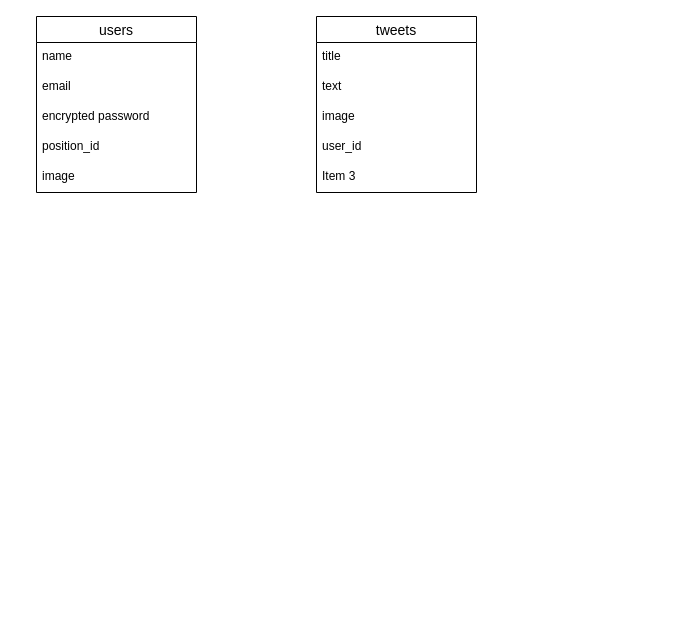
Before: mediboardER.dio in IshigeU/mediboard, a draw.io diagram. Source tidied: cells renumbered, new cells numbered last; positions are measured from the earlier drawing's top-left corner, leaving out a move shared by most shapes. Both pictures are drawn from the tidied source at 100%, with x=0, y=0 at pixel (36, 16).
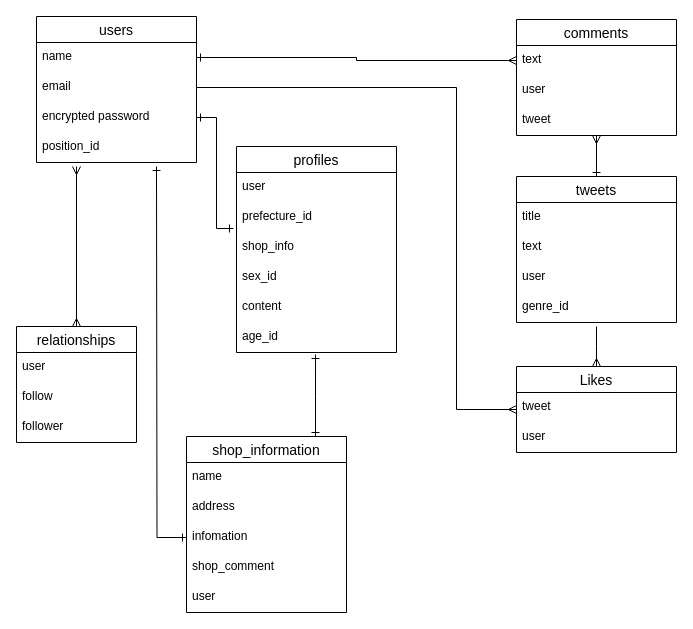
The same diagram, later.

Commit message (it also covers changes not shown here):
ER図およびREADEME作成

The change refers to these unchanged cells:
```xml
<mxCell id="3" value="name" style="text;strokeColor=none;fillColor=none;spacingLeft=4;spacingRight=4;overflow=hidden;points=[[0,0.5],[1,0.5]];portConstraint=eastwest;fontSize=12;" parent="2" vertex="1">
  <mxGeometry y="26" width="160" height="30" as="geometry" />
</mxCell>
<mxCell id="4" value="email" style="text;strokeColor=none;fillColor=none;spacingLeft=4;spacingRight=4;overflow=hidden;points=[[0,0.5],[1,0.5]];portConstraint=eastwest;fontSize=12;" parent="2" vertex="1">
  <mxGeometry y="56" width="160" height="30" as="geometry" />
</mxCell>
<mxCell id="5" value="encrypted password" style="text;strokeColor=none;fillColor=none;spacingLeft=4;spacingRight=4;overflow=hidden;points=[[0,0.5],[1,0.5]];portConstraint=eastwest;fontSize=12;" parent="2" vertex="1">
  <mxGeometry y="86" width="160" height="30" as="geometry" />
</mxCell>
```

Diff of the diagram source:
```diff
@@
     <mxCell id="2" value="users" style="swimlane;fontStyle=0;horizontal=1;startSize=26;align=center;fontSize=14;" parent="1" vertex="1">
-      <mxGeometry width="160" height="176" as="geometry" />
+      <mxGeometry width="160" height="146" as="geometry" />
     </mxCell>
@@
-    <mxCell id="7" value="image" style="text;strokeColor=none;fillColor=none;spacingLeft=4;spacingRight=4;overflow=hidden;fontSize=12;" parent="2" vertex="1">
-      <mxGeometry y="146" width="160" height="30" as="geometry" />
-    </mxCell>
     <mxCell id="8" value="tweets" style="swimlane;fontStyle=0;horizontal=1;startSize=26;align=center;fontSize=14;" parent="1" vertex="1">
-      <mxGeometry x="280" width="160" height="176" as="geometry" />
+      <mxGeometry x="480" y="160" width="160" height="146" as="geometry" />
     </mxCell>
@@
-    <mxCell id="11" value="image" style="text;strokeColor=none;fillColor=none;spacingLeft=4;spacingRight=4;overflow=hidden;fontSize=12;" parent="8" vertex="1">
-      <mxGeometry y="86" width="160" height="30" as="geometry" />
-    </mxCell>
-    <mxCell id="12" value="user_id" style="text;strokeColor=none;fillColor=none;spacingLeft=4;spacingRight=4;overflow=hidden;fontSize=12;" parent="8" vertex="1">
-      <mxGeometry y="116" width="160" height="30" as="geometry" />
+    <mxCell id="12" value="user" style="text;strokeColor=none;fillColor=none;spacingLeft=4;spacingRight=4;overflow=hidden;fontSize=12;" parent="8" vertex="1">
+      <mxGeometry y="86" width="160" height="30" as="geometry" />
     </mxCell>
-    <mxCell id="13" value="Item 3" style="text;strokeColor=none;fillColor=none;spacingLeft=4;spacingRight=4;overflow=hidden;fontSize=12;" parent="8" vertex="1">
-      <mxGeometry y="146" width="160" height="30" as="geometry" />
-    </mxCell>
+    <mxCell id="14" value="genre_id" style="text;strokeColor=none;fillColor=none;spacingLeft=4;spacingRight=4;overflow=hidden;fontSize=12;" parent="8" vertex="1">
+      <mxGeometry y="116" width="160" height="30" as="geometry" />
+    </mxCell>
+    <mxCell id="15" style="edgeStyle=orthogonalEdgeStyle;rounded=0;jettySize=auto;html=1;startArrow=ERmany;startFill=0;endArrow=ERmany;endFill=0;" parent="1" edge="1" source="16">
+      <mxGeometry relative="1" as="geometry">
+        <mxPoint x="40" y="150" as="targetPoint" />
+      </mxGeometry>
+    </mxCell>
+    <mxCell id="16" value="relationships" style="swimlane;fontStyle=0;horizontal=1;startSize=26;align=center;fontSize=14;" parent="1" vertex="1">
+      <mxGeometry x="-20" y="310" width="120" height="116" as="geometry" />
+    </mxCell>
+    <mxCell id="17" value="user" style="text;strokeColor=none;fillColor=none;spacingLeft=4;spacingRight=4;overflow=hidden;fontSize=12;" parent="16" vertex="1">
+      <mxGeometry y="26" width="120" height="30" as="geometry" />
+    </mxCell>
+    <mxCell id="18" value="follow" style="text;strokeColor=none;fillColor=none;spacingLeft=4;spacingRight=4;overflow=hidden;fontSize=12;" parent="16" vertex="1">
+      <mxGeometry y="56" width="120" height="30" as="geometry" />
+    </mxCell>
+    <mxCell id="19" value="follower" style="text;strokeColor=none;fillColor=none;spacingLeft=4;spacingRight=4;overflow=hidden;fontSize=12;" parent="16" vertex="1">
+      <mxGeometry y="86" width="120" height="30" as="geometry" />
+    </mxCell>
+    <mxCell id="20" value="profiles" style="swimlane;fontStyle=0;horizontal=1;startSize=26;align=center;fontSize=14;" parent="1" vertex="1">
+      <mxGeometry x="200" y="130" width="160" height="206" as="geometry" />
+    </mxCell>
+    <mxCell id="21" value="user" style="text;strokeColor=none;fillColor=none;spacingLeft=4;spacingRight=4;overflow=hidden;fontSize=12;" parent="20" vertex="1">
+      <mxGeometry y="26" width="160" height="30" as="geometry" />
+    </mxCell>
+    <mxCell id="22" value="prefecture_id" style="text;strokeColor=none;fillColor=none;spacingLeft=4;spacingRight=4;overflow=hidden;points=[[0,0.5],[1,0.5]];portConstraint=eastwest;fontSize=12;" parent="20" vertex="1">
+      <mxGeometry y="56" width="160" height="30" as="geometry" />
+    </mxCell>
+    <mxCell id="23" value="shop_info" style="text;strokeColor=none;fillColor=none;spacingLeft=4;spacingRight=4;overflow=hidden;fontSize=12;" parent="20" vertex="1">
+      <mxGeometry y="86" width="160" height="30" as="geometry" />
+    </mxCell>
+    <mxCell id="24" value="sex_id" style="text;strokeColor=none;fillColor=none;spacingLeft=4;spacingRight=4;overflow=hidden;fontSize=12;" parent="20" vertex="1">
+      <mxGeometry y="116" width="160" height="30" as="geometry" />
+    </mxCell>
+    <mxCell id="25" value="content" style="text;strokeColor=none;fillColor=none;spacingLeft=4;spacingRight=4;overflow=hidden;fontSize=12;" parent="20" vertex="1">
+      <mxGeometry y="146" width="160" height="30" as="geometry" />
+    </mxCell>
+    <mxCell id="26" value="age_id" style="text;strokeColor=none;fillColor=none;spacingLeft=4;spacingRight=4;overflow=hidden;points=[[0,0.5],[1,0.5]];portConstraint=eastwest;fontSize=12;" parent="20" vertex="1">
+      <mxGeometry y="176" width="160" height="30" as="geometry" />
+    </mxCell>
+    <mxCell id="27" style="edgeStyle=orthogonalEdgeStyle;rounded=0;jettySize=auto;html=1;startArrow=ERmany;startFill=0;endArrow=ERone;endFill=0;" parent="1" edge="1" source="28" target="8">
+      <mxGeometry relative="1" as="geometry" />
+    </mxCell>
+    <mxCell id="28" value="comments" style="swimlane;fontStyle=0;horizontal=1;startSize=26;align=center;fontSize=14;" parent="1" vertex="1">
+      <mxGeometry x="480" y="3" width="160" height="116" as="geometry" />
+    </mxCell>
+    <mxCell id="29" value="text" style="text;strokeColor=none;fillColor=none;spacingLeft=4;spacingRight=4;overflow=hidden;points=[[0,0.5],[1,0.5]];portConstraint=eastwest;fontSize=12;" parent="28" vertex="1">
+      <mxGeometry y="26" width="160" height="30" as="geometry" />
+    </mxCell>
+    <mxCell id="30" value="user" style="text;strokeColor=none;fillColor=none;spacingLeft=4;spacingRight=4;overflow=hidden;fontSize=12;" parent="28" vertex="1">
+      <mxGeometry y="56" width="160" height="30" as="geometry" />
+    </mxCell>
+    <mxCell id="31" value="tweet" style="text;strokeColor=none;fillColor=none;spacingLeft=4;spacingRight=4;overflow=hidden;fontSize=12;" parent="28" vertex="1">
+      <mxGeometry y="86" width="160" height="30" as="geometry" />
+    </mxCell>
+    <mxCell id="32" style="edgeStyle=orthogonalEdgeStyle;rounded=0;jettySize=auto;html=1;startArrow=ERmany;startFill=0;endArrow=none;endFill=0;" parent="1" edge="1" source="34">
+      <mxGeometry relative="1" as="geometry">
+        <mxPoint x="560" y="310" as="targetPoint" />
+      </mxGeometry>
+    </mxCell>
+    <mxCell id="33" style="edgeStyle=orthogonalEdgeStyle;rounded=0;jettySize=auto;html=1;entryX=1;entryY=0.5;entryDx=0;entryDy=0;startArrow=ERmany;startFill=0;endArrow=none;endFill=0;" parent="1" edge="1" source="34" target="4">
+      <mxGeometry relative="1" as="geometry">
+        <Array as="points">
+          <mxPoint x="420" y="393" />
+          <mxPoint x="420" y="71" />
+        </Array>
+      </mxGeometry>
+    </mxCell>
+    <mxCell id="34" value="Likes" style="swimlane;fontStyle=0;horizontal=1;startSize=26;align=center;fontSize=14;" parent="1" vertex="1">
+      <mxGeometry x="480" y="350" width="160" height="86" as="geometry" />
+    </mxCell>
+    <mxCell id="35" value="tweet" style="text;strokeColor=none;fillColor=none;spacingLeft=4;spacingRight=4;overflow=hidden;fontSize=12;" parent="34" vertex="1">
+      <mxGeometry y="26" width="160" height="30" as="geometry" />
+    </mxCell>
+    <mxCell id="36" value="user" style="text;strokeColor=none;fillColor=none;spacingLeft=4;spacingRight=4;overflow=hidden;fontSize=12;" parent="34" vertex="1">
+      <mxGeometry y="56" width="160" height="30" as="geometry" />
+    </mxCell>
+    <mxCell id="37" style="edgeStyle=orthogonalEdgeStyle;rounded=0;jettySize=auto;html=1;startArrow=ERone;startFill=0;endArrow=ERone;endFill=0;entryX=0.494;entryY=1.067;entryDx=0;entryDy=0;entryPerimeter=0;" parent="1" edge="1" source="38" target="26">
+      <mxGeometry relative="1" as="geometry">
+        <Array as="points">
+          <mxPoint x="279" y="380" />
+          <mxPoint x="279" y="380" />
+        </Array>
+      </mxGeometry>
+    </mxCell>
+    <mxCell id="38" value="shop_information" style="swimlane;fontStyle=0;horizontal=1;startSize=26;align=center;fontSize=14;" parent="1" vertex="1">
+      <mxGeometry x="150" y="420" width="160" height="176" as="geometry" />
+    </mxCell>
+    <mxCell id="39" value="name" style="text;strokeColor=none;fillColor=none;spacingLeft=4;spacingRight=4;overflow=hidden;fontSize=12;" parent="38" vertex="1">
+      <mxGeometry y="26" width="160" height="30" as="geometry" />
+    </mxCell>
+    <mxCell id="40" value="address" style="text;strokeColor=none;fillColor=none;spacingLeft=4;spacingRight=4;overflow=hidden;fontSize=12;" parent="38" vertex="1">
+      <mxGeometry y="56" width="160" height="30" as="geometry" />
+    </mxCell>
+    <mxCell id="41" value="infomation" style="text;strokeColor=none;fillColor=none;spacingLeft=4;spacingRight=4;overflow=hidden;points=[[0,0.5],[1,0.5]];portConstraint=eastwest;fontSize=12;" parent="38" vertex="1">
+      <mxGeometry y="86" width="160" height="30" as="geometry" />
+    </mxCell>
+    <mxCell id="42" value="shop_comment" style="text;strokeColor=none;fillColor=none;spacingLeft=4;spacingRight=4;overflow=hidden;fontSize=12;" parent="38" vertex="1">
+      <mxGeometry y="116" width="160" height="30" as="geometry" />
+    </mxCell>
+    <mxCell id="43" value="user" style="text;strokeColor=none;fillColor=none;spacingLeft=4;spacingRight=4;overflow=hidden;fontSize=12;" parent="38" vertex="1">
+      <mxGeometry y="146" width="160" height="30" as="geometry" />
+    </mxCell>
+    <mxCell id="44" style="edgeStyle=orthogonalEdgeStyle;rounded=0;jettySize=auto;html=1;exitX=1;exitY=0.5;exitDx=0;exitDy=0;entryX=-0.019;entryY=0.867;entryDx=0;entryDy=0;entryPerimeter=0;endArrow=ERone;endFill=0;startArrow=ERone;startFill=0;" parent="1" edge="1" source="5" target="22">
+      <mxGeometry relative="1" as="geometry" />
+    </mxCell>
+    <mxCell id="45" style="edgeStyle=orthogonalEdgeStyle;rounded=0;jettySize=auto;html=1;exitX=1;exitY=0.5;exitDx=0;exitDy=0;startArrow=ERone;startFill=0;endArrow=ERmany;endFill=0;entryX=0;entryY=0.5;entryDx=0;entryDy=0;" parent="1" edge="1" source="3" target="29">
+      <mxGeometry relative="1" as="geometry" />
+    </mxCell>
+    <mxCell id="46" style="edgeStyle=orthogonalEdgeStyle;rounded=0;jettySize=auto;html=1;startArrow=ERone;startFill=0;endArrow=ERone;endFill=0;" parent="1" edge="1" source="41">
+      <mxGeometry relative="1" as="geometry">
+        <mxPoint x="120" y="150" as="targetPoint" />
+      </mxGeometry>
+    </mxCell>
```
